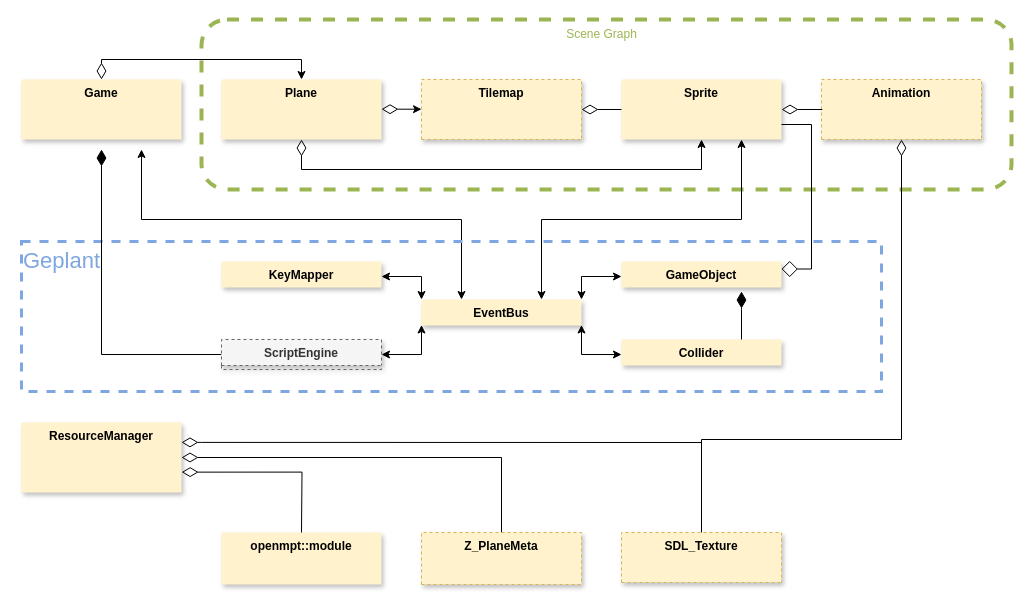
Before: Components.drawio in zibonbadi/flowerdefense, a draw.io diagram. Source tidied: cells renumbered, new cells numbered last; positions are measured from the earlier drawing's top-left corner, leaving out a move shared by most shapes. Both pictures are drawn from the tidied source at 100%, with x=0, y=0 at pixel (21, 19).
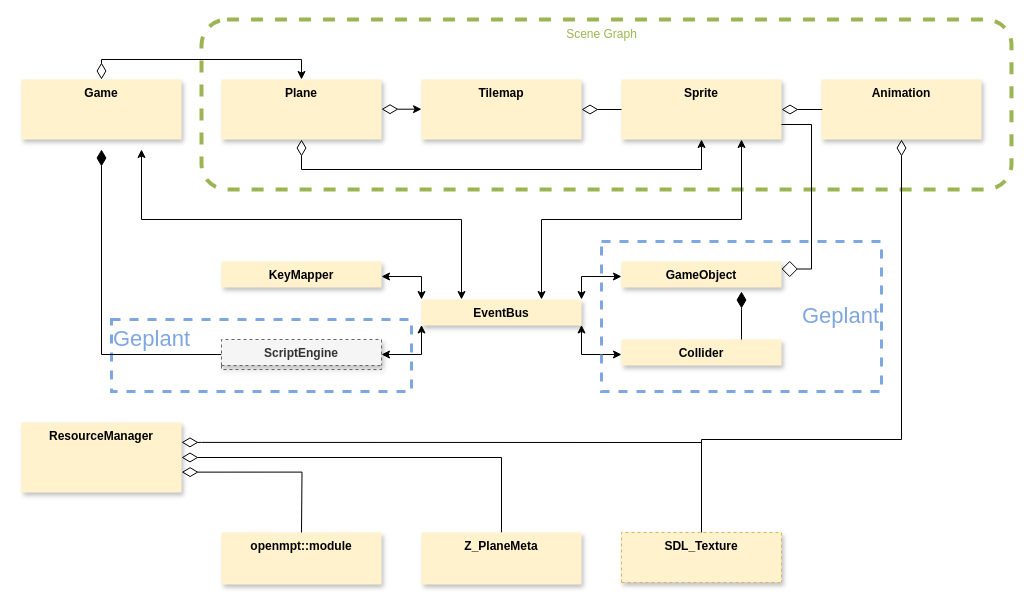
Above is the later version.

Commit message:
Update component diagram

What changed in the source:
```diff
@@
     <mxCell id="4" value="Geplant" style="rounded=0;whiteSpace=wrap;html=1;dashed=1;fillColor=none;fontSize=22;align=left;labelPosition=center;verticalLabelPosition=middle;verticalAlign=top;strokeColor=#7EA6E0;strokeWidth=3;fontColor=#7EA6E0;" parent="1" vertex="1">
-      <mxGeometry y="222" width="860" height="150" as="geometry" />
+      <mxGeometry x="90" y="300" width="300" height="72" as="geometry" />
     </mxCell>
@@
-    <mxCell id="17" value="Animation" style="swimlane;fontStyle=1;align=center;verticalAlign=top;horizontal=1;startSize=60;dashed=1;fontSize=12;fillColor=#fff2cc;strokeColor=#d6b656;shadow=1;" parent="1" vertex="1">
+    <mxCell id="17" value="Animation" style="swimlane;fontStyle=1;align=center;verticalAlign=top;horizontal=1;startSize=60;dashed=1;fontSize=12;fillColor=#fff2cc;strokeColor=none;shadow=1;" parent="1" vertex="1">
       <mxGeometry x="800" y="60" width="160" height="60" as="geometry" />
     </mxCell>
@@
-    <mxCell id="22" value="Tilemap" style="swimlane;fontStyle=1;align=center;verticalAlign=top;horizontal=1;startSize=60;dashed=1;fontSize=12;fillColor=#fff2cc;strokeColor=#d6b656;shadow=1;" parent="1" vertex="1">
+    <mxCell id="22" value="Tilemap" style="swimlane;fontStyle=1;align=center;verticalAlign=top;horizontal=1;startSize=60;dashed=1;fontSize=12;fillColor=#fff2cc;strokeColor=none;shadow=1;" parent="1" vertex="1">
       <mxGeometry x="400" y="60" width="160" height="60" as="geometry" />
     </mxCell>
@@
-    <mxCell id="24" value="Z_PlaneMeta" style="swimlane;fontStyle=1;align=center;verticalAlign=top;horizontal=1;startSize=52;dashed=1;fontSize=12;fillColor=#fff2cc;strokeColor=#d6b656;shadow=1;" parent="1" vertex="1">
+    <mxCell id="24" value="Z_PlaneMeta" style="swimlane;fontStyle=1;align=center;verticalAlign=top;horizontal=1;startSize=52;dashed=1;fontSize=12;fillColor=#fff2cc;strokeColor=none;shadow=1;" parent="1" vertex="1">
       <mxGeometry x="400" y="513" width="160" height="52" as="geometry" />
     </mxCell>
@@
+    <mxCell id="38" value="Geplant" style="rounded=0;whiteSpace=wrap;html=1;dashed=1;fillColor=none;fontSize=22;align=right;labelPosition=center;verticalLabelPosition=middle;verticalAlign=middle;strokeColor=#7EA6E0;strokeWidth=3;fontColor=#7EA6E0;" parent="1" vertex="1">
+      <mxGeometry x="580" y="222" width="280" height="150" as="geometry" />
+    </mxCell>
```
